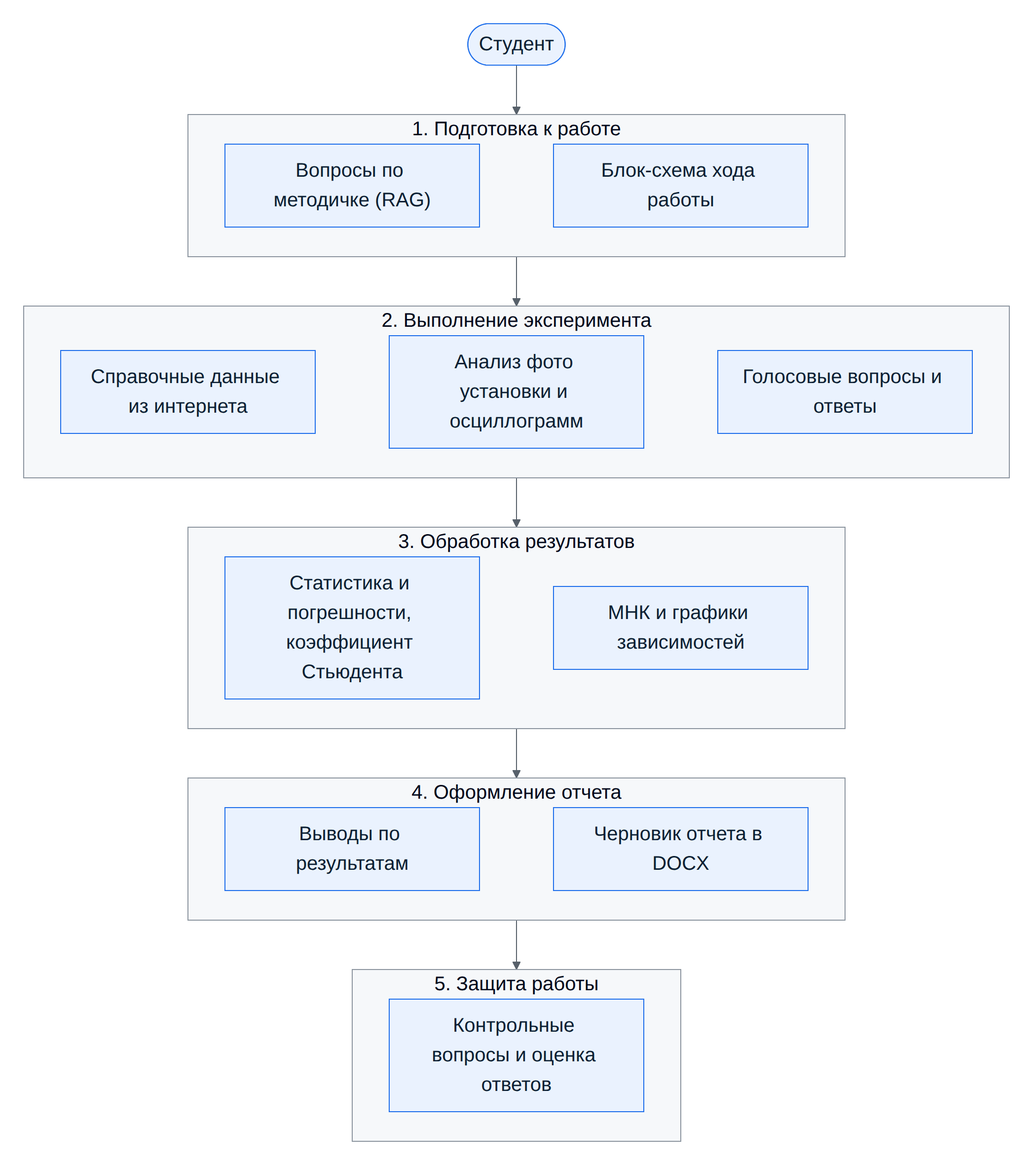
Before: docs/diagrams/01_stages.png, a diagram exported from Mermaid (OlegSanMos/Lab-assistant). Its source is kept beside it as docs/diagrams/01_stages.mmd.
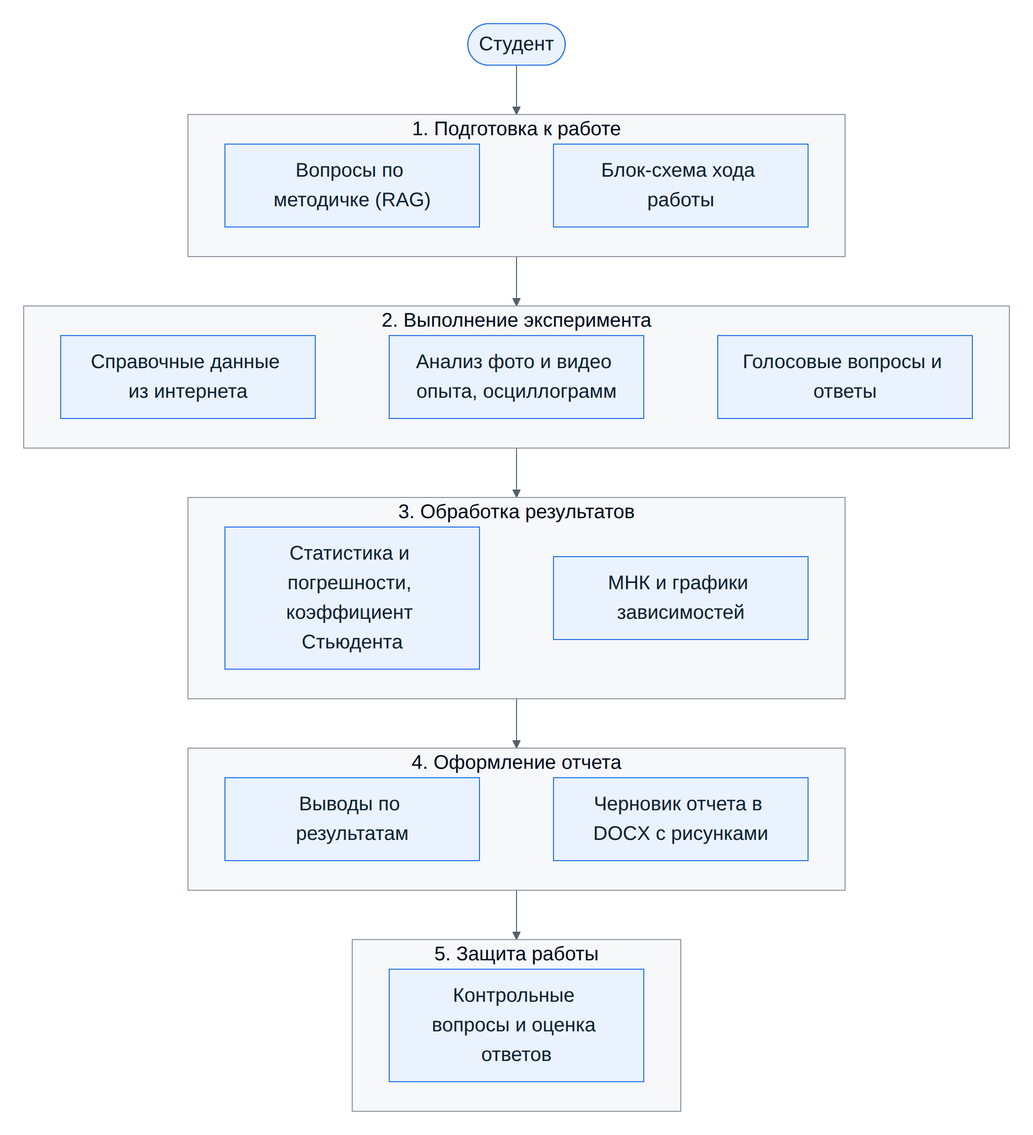
The same diagram one commit later.

What changed in the source:
```diff
@@ -6,7 +6,7 @@
     end
     subgraph P2["2. Выполнение эксперимента"]
         direction LR
-        B1["Справочные данные из интернета"] ~~~ B2["Анализ фото установки и осциллограмм"] ~~~ B3["Голосовые вопросы и ответы"]
+        B1["Справочные данные из интернета"] ~~~ B2["Анализ фото и видео опыта, осциллограмм"] ~~~ B3["Голосовые вопросы и ответы"]
     end
     subgraph P3["3. Обработка результатов"]
         direction LR
@@ -14,7 +14,7 @@
     end
     subgraph P4["4. Оформление отчета"]
         direction LR
-        D1["Выводы по результатам"] ~~~ D2["Черновик отчета в DOCX"]
+        D1["Выводы по результатам"] ~~~ D2["Черновик отчета в DOCX с рисунками"]
     end
     subgraph P5["5. Защита работы"]
         direction LR
```
